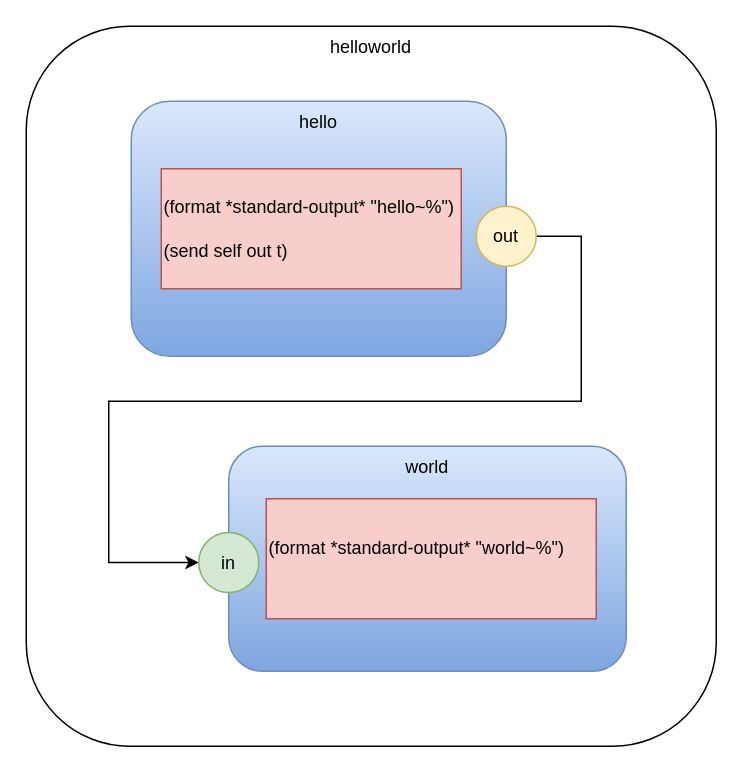
Earlier version of the draw.io diagram shu-das2py/helloworld.drawio (guitarvydas/app). Source tidied: cells renumbered, new cells numbered last; positions are measured from the earlier drawing's top-left corner, leaving out a move shared by most shapes. Both pictures are drawn from the tidied source at 150%, with x=0, y=0 at pixel (26, 26).
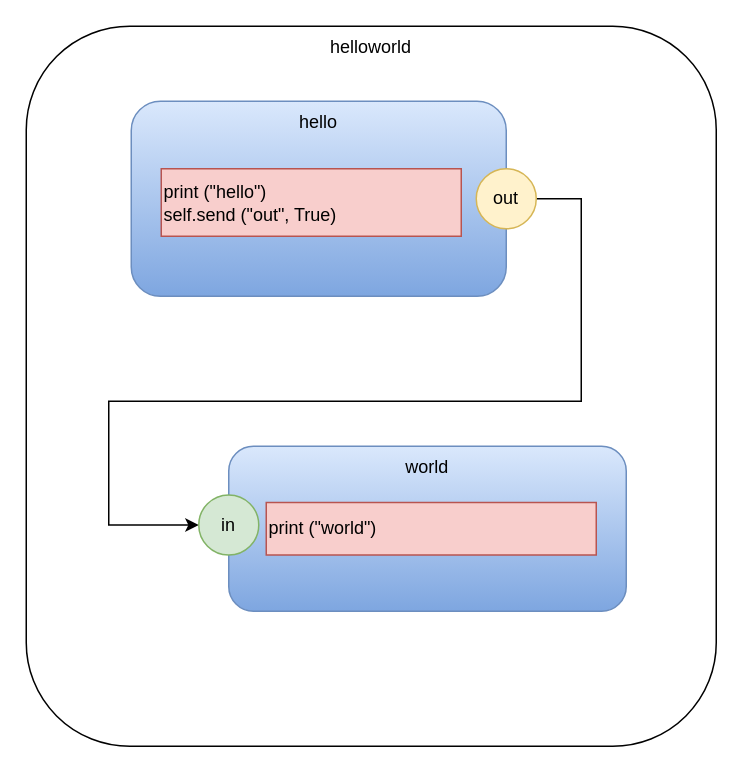
The same diagram, later.

What changed in the source:
```diff
@@
 <mxGraphModel>
   <root>
     <mxCell id="0" />
     <mxCell id="1" parent="0" />
     <mxCell id="2" value="helloworld" style="rounded=1;whiteSpace=wrap;html=1;verticalAlign=top;" parent="1" vertex="1">
       <mxGeometry width="460" height="480" as="geometry" />
     </mxCell>
     <mxCell id="3" value="hello" style="rounded=1;whiteSpace=wrap;html=1;gradientColor=#7ea6e0;fillColor=#dae8fc;strokeColor=#6c8ebf;verticalAlign=top;" parent="1" vertex="1">
-      <mxGeometry x="70" y="50" width="250" height="170" as="geometry" />
+      <mxGeometry x="70" y="50" width="250" height="130" as="geometry" />
     </mxCell>
-    <mxCell id="4" value="(format *standard-output* &quot;hello~%&quot;)&lt;br&gt;&lt;br&gt;(send self out t)&lt;br&gt;&lt;div&gt;&lt;/div&gt;" style="rounded=0;whiteSpace=wrap;html=1;fillColor=#f8cecc;strokeColor=#b85450;align=left;" parent="1" vertex="1">
-      <mxGeometry x="90" y="95" width="200" height="80" as="geometry" />
+    <mxCell id="4" value="print (&quot;hello&quot;)&lt;br&gt;self.send (&quot;out&quot;, True)&lt;br&gt;&lt;div&gt;&lt;/div&gt;" style="rounded=0;whiteSpace=wrap;html=1;fillColor=#f8cecc;strokeColor=#b85450;align=left;" parent="1" vertex="1">
+      <mxGeometry x="90" y="95" width="200" height="45" as="geometry" />
     </mxCell>
     <mxCell id="5" style="edgeStyle=orthogonalEdgeStyle;rounded=0;jettySize=auto;html=1;entryX=0;entryY=0.5;entryDx=0;entryDy=0;" parent="1" edge="1" source="6" target="8">
       <mxGeometry relative="1" as="geometry">
         <Array as="points">
-          <mxPoint x="370" y="140" />
+          <mxPoint x="370" y="115" />
           <mxPoint x="370" y="250" />
           <mxPoint x="55" y="250" />
-          <mxPoint x="55" y="358" />
+          <mxPoint x="55" y="333" />
         </Array>
       </mxGeometry>
     </mxCell>
     <mxCell id="6" value="out" style="ellipse;whiteSpace=wrap;html=1;fillColor=#fff2cc;strokeColor=#d6b656;" parent="1" vertex="1">
-      <mxGeometry x="300" y="120" width="40" height="40" as="geometry" />
+      <mxGeometry x="300" y="95" width="40" height="40" as="geometry" />
     </mxCell>
     <mxCell id="7" value="world" style="rounded=1;whiteSpace=wrap;html=1;gradientColor=#7ea6e0;fillColor=#dae8fc;strokeColor=#6c8ebf;verticalAlign=top;" parent="1" vertex="1">
-      <mxGeometry x="135" y="280" width="265" height="150" as="geometry" />
+      <mxGeometry x="135" y="280" width="265" height="110" as="geometry" />
     </mxCell>
     <mxCell id="8" value="in" style="ellipse;whiteSpace=wrap;html=1;fillColor=#d5e8d4;strokeColor=#82b366;" parent="1" vertex="1">
-      <mxGeometry x="115" y="337.5" width="40" height="40" as="geometry" />
+      <mxGeometry x="115" y="312.5" width="40" height="40" as="geometry" />
     </mxCell>
-    <mxCell id="9" value="(format *standard-output* &quot;world~%&quot;)&lt;br&gt;&lt;br&gt;&lt;div&gt;&lt;/div&gt;" style="rounded=0;whiteSpace=wrap;html=1;fillColor=#f8cecc;strokeColor=#b85450;align=left;" parent="1" vertex="1">
-      <mxGeometry x="160" y="315" width="220" height="80" as="geometry" />
+    <mxCell id="9" value="print (&quot;world&quot;)&lt;br&gt;&lt;div&gt;&lt;/div&gt;" style="rounded=0;whiteSpace=wrap;html=1;fillColor=#f8cecc;strokeColor=#b85450;align=left;" parent="1" vertex="1">
+      <mxGeometry x="160" y="317.5" width="220" height="35" as="geometry" />
     </mxCell>
   </root>
 </mxGraphModel>
```
